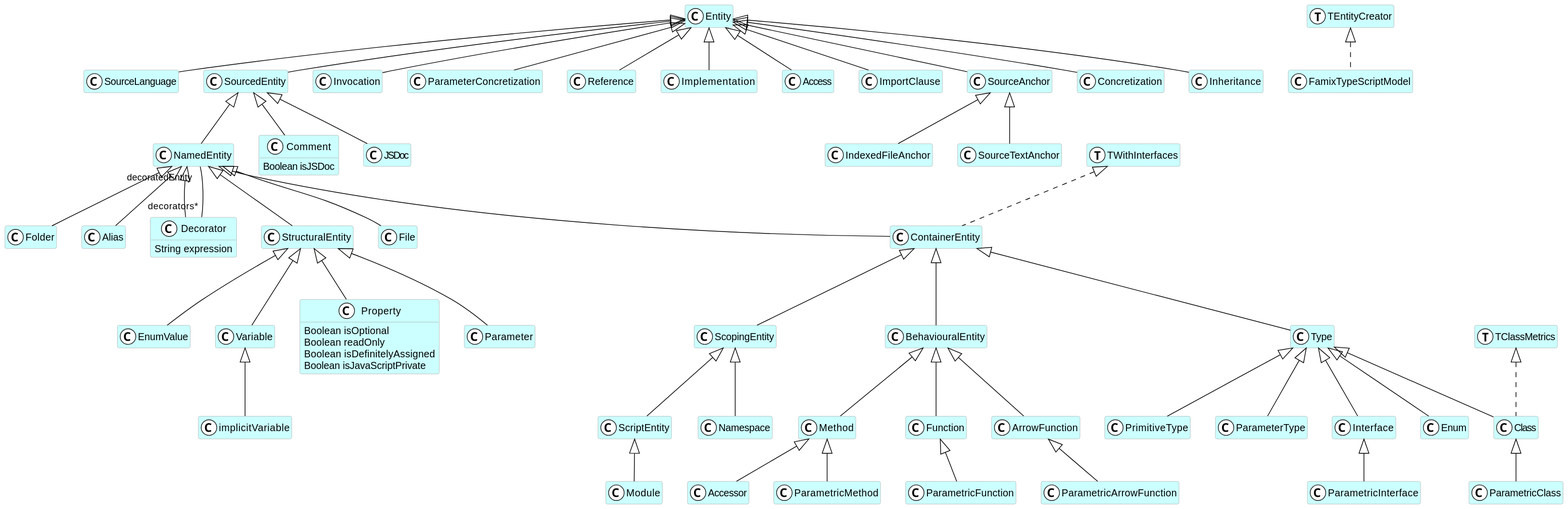
The PlantUML diagram doc-uml/FamixTypeScript.svg in fuhrmanator/FamixTypeScript, before a commit.
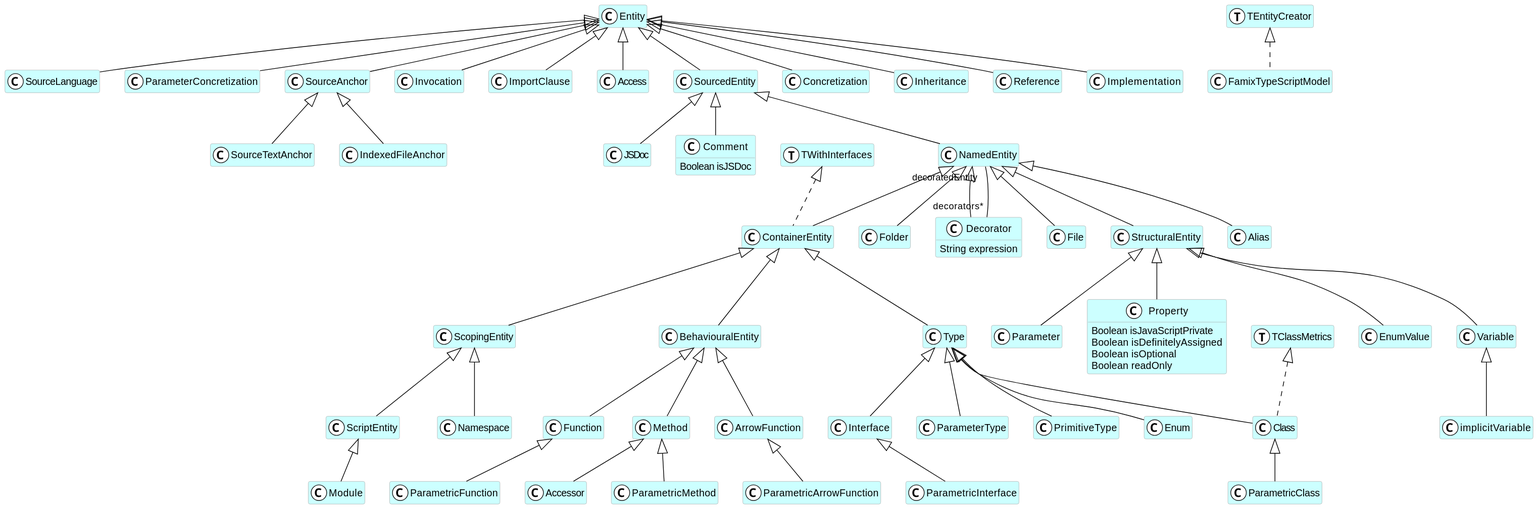
The same file after the commit.

The edit, as a diff of the source:
```diff
@@ -7,163 +7,163 @@
 }
 class SourceLanguage <<(C,white)>> #CCFFFF {
 }
+class ParameterConcretization <<(C,white)>> #CCFFFF {
+}
+class implicitVariable <<(C,white)>> #CCFFFF {
+}
+class ParameterType <<(C,white)>> #CCFFFF {
+}
+class SourceAnchor <<(C,white)>> #CCFFFF {
+}
+class JSDoc <<(C,white)>> #CCFFFF {
+}
+class Comment <<(C,white)>> #CCFFFF {
+  Boolean isJSDoc
+}
+class ParametricInterface <<(C,white)>> #CCFFFF {
+}
+class SourceTextAnchor <<(C,white)>> #CCFFFF {
+}
+class FamixTypeScriptModel <<(C,white)>> #CCFFFF {
+}
+class BehaviouralEntity <<(C,white)>> #CCFFFF {
+}
+class PrimitiveType <<(C,white)>> #CCFFFF {
+}
+class Parameter <<(C,white)>> #CCFFFF {
+}
+class Type <<(C,white)>> #CCFFFF {
+}
+class Alias <<(C,white)>> #CCFFFF {
+}
+class Entity <<(C,white)>> #CCFFFF {
+}
+class Namespace <<(C,white)>> #CCFFFF {
+}
+class ContainerEntity <<(C,white)>> #CCFFFF {
+}
+class Property <<(C,white)>> #CCFFFF {
+  Boolean isJavaScriptPrivate
+  Boolean isDefinitelyAssigned
+  Boolean isOptional
+  Boolean readOnly
+}
+class Enum <<(C,white)>> #CCFFFF {
+}
+class Interface <<(C,white)>> #CCFFFF {
+}
+class Folder <<(C,white)>> #CCFFFF {
+}
 class ParametricMethod <<(C,white)>> #CCFFFF {
 }
-class ParametricInterface <<(C,white)>> #CCFFFF {
+class Invocation <<(C,white)>> #CCFFFF {
+}
+class ImportClause <<(C,white)>> #CCFFFF {
+}
+class NamedEntity <<(C,white)>> #CCFFFF {
+}
+class Variable <<(C,white)>> #CCFFFF {
+}
+class ParametricFunction <<(C,white)>> #CCFFFF {
 }
 class Decorator <<(C,white)>> #CCFFFF {
   String expression
 }
-class Parameter <<(C,white)>> #CCFFFF {
-}
-class SourcedEntity <<(C,white)>> #CCFFFF {
-}
-class NamedEntity <<(C,white)>> #CCFFFF {
+class Access <<(C,white)>> #CCFFFF {
 }
 class Class <<(C,white)>> #CCFFFF {
 }
-class Invocation <<(C,white)>> #CCFFFF {
+class TWithInterfaces <<(T,white)>> #CCFFFF {
 }
-class ParameterConcretization <<(C,white)>> #CCFFFF {
+class TEntityCreator <<(T,white)>> #CCFFFF {
 }
-class BehaviouralEntity <<(C,white)>> #CCFFFF {
+class Method <<(C,white)>> #CCFFFF {
 }
-class Folder <<(C,white)>> #CCFFFF {
-}
-class FamixTypeScriptModel <<(C,white)>> #CCFFFF {
-}
-class TClassMetrics <<(T,white)>> #CCFFFF {
-}
-class Type <<(C,white)>> #CCFFFF {
-}
-class Comment <<(C,white)>> #CCFFFF {
-  Boolean isJSDoc
-}
-class Function <<(C,white)>> #CCFFFF {
-}
-class Reference <<(C,white)>> #CCFFFF {
-}
-class ArrowFunction <<(C,white)>> #CCFFFF {
-}
-class Entity <<(C,white)>> #CCFFFF {
-}
-class Implementation <<(C,white)>> #CCFFFF {
-}
-class Access <<(C,white)>> #CCFFFF {
-}
-class Interface <<(C,white)>> #CCFFFF {
-}
-class EnumValue <<(C,white)>> #CCFFFF {
-}
-class ImportClause <<(C,white)>> #CCFFFF {
+class File <<(C,white)>> #CCFFFF {
 }
 class Module <<(C,white)>> #CCFFFF {
 }
 class IndexedFileAnchor <<(C,white)>> #CCFFFF {
 }
-class Namespace <<(C,white)>> #CCFFFF {
+class EnumValue <<(C,white)>> #CCFFFF {
 }
-class JSDoc <<(C,white)>> #CCFFFF {
+class SourcedEntity <<(C,white)>> #CCFFFF {
 }
-class Enum <<(C,white)>> #CCFFFF {
+class TClassMetrics <<(T,white)>> #CCFFFF {
 }
-class Alias <<(C,white)>> #CCFFFF {
-}
-class SourceTextAnchor <<(C,white)>> #CCFFFF {
-}
-class Variable <<(C,white)>> #CCFFFF {
-}
-class SourceAnchor <<(C,white)>> #CCFFFF {
+class ArrowFunction <<(C,white)>> #CCFFFF {
 }
 class Concretization <<(C,white)>> #CCFFFF {
 }
-class ParametricArrowFunction <<(C,white)>> #CCFFFF {
-}
-class TWithInterfaces <<(T,white)>> #CCFFFF {
-}
 class Inheritance <<(C,white)>> #CCFFFF {
 }
-class TEntityCreator <<(T,white)>> #CCFFFF {
+class StructuralEntity <<(C,white)>> #CCFFFF {
+}
+class Accessor <<(C,white)>> #CCFFFF {
+}
+class Reference <<(C,white)>> #CCFFFF {
+}
+class ScriptEntity <<(C,white)>> #CCFFFF {
+}
+class Implementation <<(C,white)>> #CCFFFF {
 }
 class ScopingEntity <<(C,white)>> #CCFFFF {
 }
 class ParametricClass <<(C,white)>> #CCFFFF {
 }
-class ContainerEntity <<(C,white)>> #CCFFFF {
+class Function <<(C,white)>> #CCFFFF {
 }
-class PrimitiveType <<(C,white)>> #CCFFFF {
-}
-class Accessor <<(C,white)>> #CCFFFF {
-}
-class ParametricFunction <<(C,white)>> #CCFFFF {
-}
-class Method <<(C,white)>> #CCFFFF {
-}
-class ParameterType <<(C,white)>> #CCFFFF {
-}
-class ScriptEntity <<(C,white)>> #CCFFFF {
-}
-class Property <<(C,white)>> #CCFFFF {
-  Boolean isOptional
-  Boolean readOnly
-  Boolean isDefinitelyAssigned
-  Boolean isJavaScriptPrivate
-}
-class implicitVariable <<(C,white)>> #CCFFFF {
-}
-class StructuralEntity <<(C,white)>> #CCFFFF {
-}
-class File <<(C,white)>> #CCFFFF {
+class ParametricArrowFunction <<(C,white)>> #CCFFFF {
 }
 Entity <|-- SourceLanguage
+Entity <|-- ParameterConcretization
+Type <|-- ParameterType
+Variable <|-- implicitVariable
+Entity <|-- SourceAnchor
+SourcedEntity <|-- JSDoc
+SourcedEntity <|-- Comment
+Interface <|-- ParametricInterface
+SourceAnchor <|-- SourceTextAnchor
+ContainerEntity <|-- BehaviouralEntity
+Type <|-- PrimitiveType
+NamedEntity <|-- Alias
+StructuralEntity <|-- Parameter
+ContainerEntity <|-- Type
+NamedEntity <|-- ContainerEntity
+ScopingEntity <|-- Namespace
+StructuralEntity <|-- Property
+Type <|-- Enum
+Type <|-- Interface
+NamedEntity <|-- Folder
+Entity <|-- Invocation
+SourcedEntity <|-- NamedEntity
+Method <|-- ParametricMethod
+Entity <|-- ImportClause
+StructuralEntity <|-- Variable
+Function <|-- ParametricFunction
+NamedEntity <|-- Decorator
+Entity <|-- Access
+Type <|-- Class
+BehaviouralEntity <|-- Method
 NamedEntity <|-- File
-Method <|-- ParametricMethod
-Interface <|-- ParametricInterface
-NamedEntity <|-- Decorator
-StructuralEntity <|-- Parameter
-Entity <|-- SourcedEntity
-SourcedEntity <|-- NamedEntity
-Type <|-- Class
-Entity <|-- Invocation
-Entity <|-- ParameterConcretization
-ContainerEntity <|-- BehaviouralEntity
-NamedEntity <|-- Folder
-ContainerEntity <|-- Type
-SourcedEntity <|-- Comment
-BehaviouralEntity <|-- Function
-Entity <|-- Reference
-BehaviouralEntity <|-- ArrowFunction
-Entity <|-- Implementation
-Entity <|-- Access
-StructuralEntity <|-- EnumValue
-Type <|-- Interface
-Entity <|-- ImportClause
 ScriptEntity <|-- Module
 SourceAnchor <|-- IndexedFileAnchor
-ScopingEntity <|-- Namespace
-SourcedEntity <|-- JSDoc
-NamedEntity <|-- Alias
-SourceAnchor <|-- SourceTextAnchor
-StructuralEntity <|-- Variable
-Type <|-- Enum
+Entity <|-- SourcedEntity
+BehaviouralEntity <|-- ArrowFunction
 Entity <|-- Concretization
-Entity <|-- SourceAnchor
-ArrowFunction <|-- ParametricArrowFunction
+StructuralEntity <|-- EnumValue
 Entity <|-- Inheritance
+NamedEntity <|-- StructuralEntity
+Method <|-- Accessor
+Entity <|-- Reference
+ScopingEntity <|-- ScriptEntity
+Entity <|-- Implementation
 ContainerEntity <|-- ScopingEntity
 Class <|-- ParametricClass
-NamedEntity <|-- ContainerEntity
-Type <|-- PrimitiveType
-Method <|-- Accessor
-Function <|-- ParametricFunction
-ScopingEntity <|-- ScriptEntity
-Type <|-- ParameterType
-BehaviouralEntity <|-- Method
-StructuralEntity <|-- Property
-Variable <|-- implicitVariable
-NamedEntity <|-- StructuralEntity
-TClassMetrics <|.. Class
+BehaviouralEntity <|-- Function
+ArrowFunction <|-- ParametricArrowFunction
 TEntityCreator <|.. FamixTypeScriptModel
 TWithInterfaces <|.. ContainerEntity
-Decorator "decorators*" -- "decoratedEntity" NamedEntity
+TClassMetrics <|.. Class
+NamedEntity "decoratedEntity" -- "decorators*" Decorator
 @enduml
```
